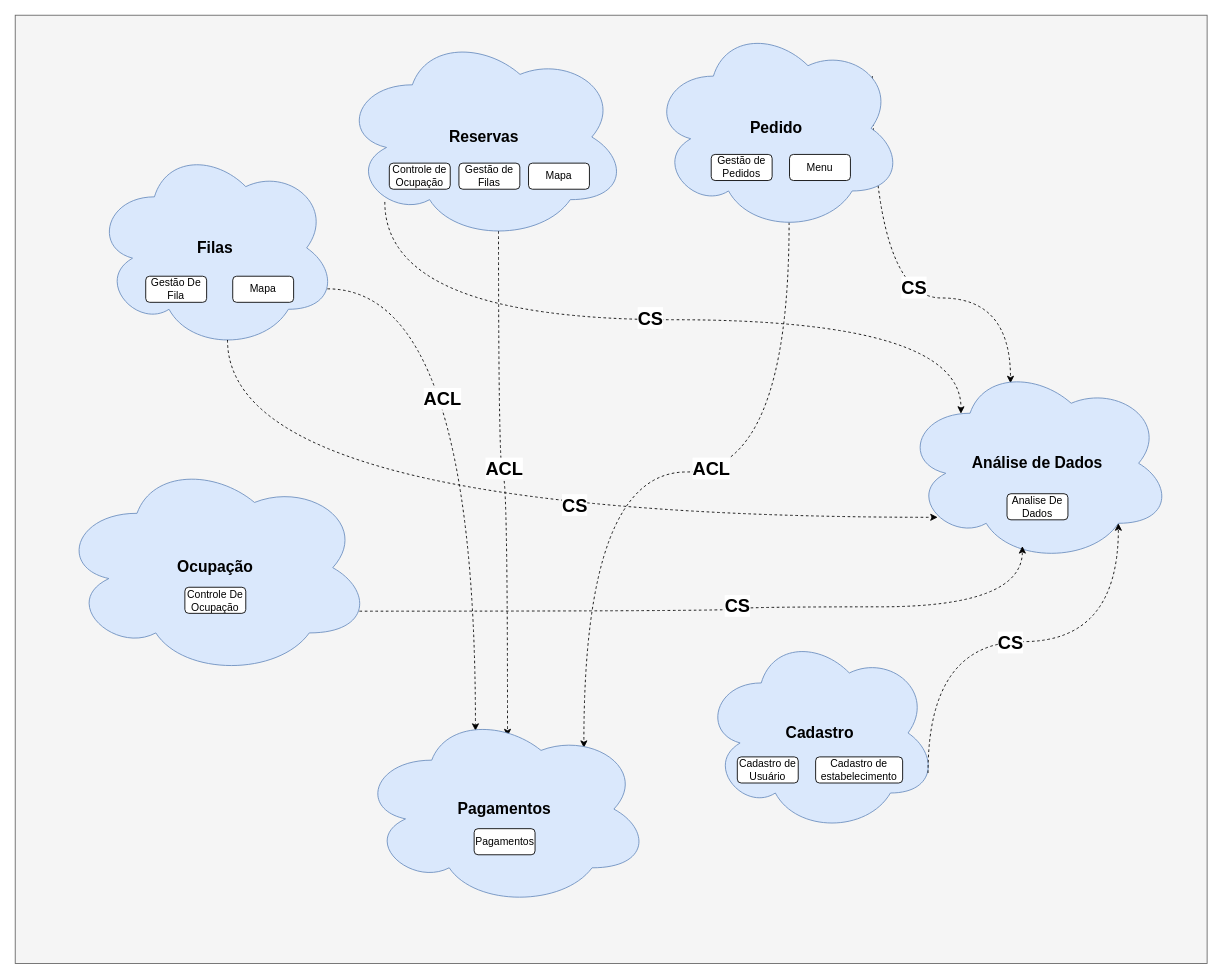
AmbiguousSparks/DDD-2 keeps this draw.io diagram as DDD2.drawio. Above is the earlier version. Source tidied: cells renumbered, new cells numbered last; positions are measured from the earlier drawing's top-left corner, leaving out a move shared by most shapes. Both pictures are drawn from the tidied source at 87%, with x=0, y=0 at pixel (15, 15).
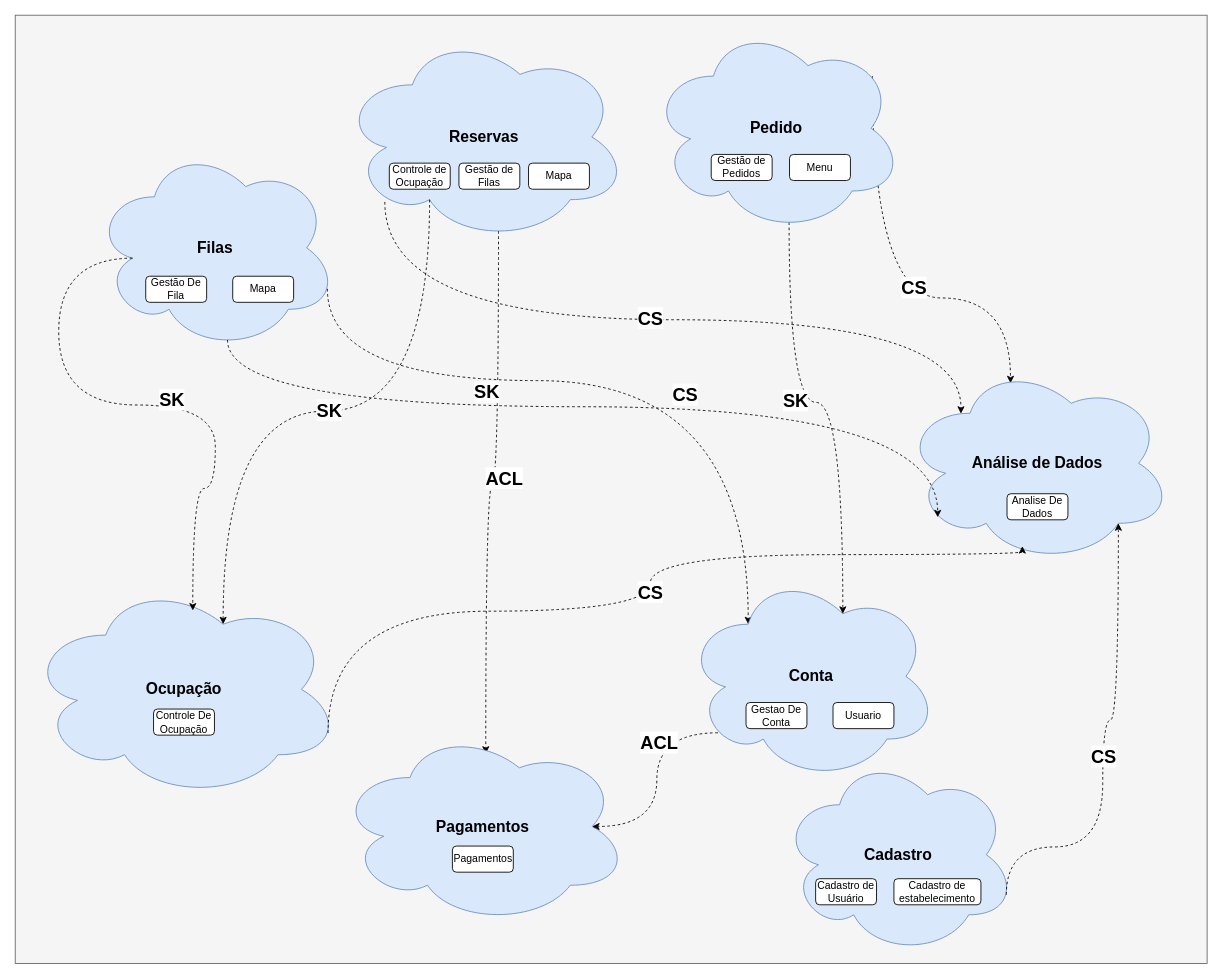
The same diagram, later.

Commit message (it also covers changes not shown here):
Mapping update view

Unchanged cells that the change refers to:
```xml
<mxCell id="6" value="&lt;b&gt;&lt;font style=&quot;font-size: 18px;&quot;&gt;Filas&lt;/font&gt;&lt;/b&gt;" style="ellipse;shape=cloud;whiteSpace=wrap;html=1;fillColor=#dae8fc;strokeColor=#6c8ebf;" parent="5" vertex="1">
  <mxGeometry width="280" height="235" as="geometry" />
</mxCell>
<mxCell id="16" value="&lt;font style=&quot;font-size: 18px;&quot;&gt;&lt;b&gt;Reservas&lt;/b&gt;&lt;/font&gt;" style="ellipse;shape=cloud;whiteSpace=wrap;html=1;fillColor=#dae8fc;strokeColor=#6c8ebf;" parent="15" vertex="1">
  <mxGeometry width="330" height="240" as="geometry" />
</mxCell>
<mxCell id="21" value="&lt;font style=&quot;font-size: 18px;&quot;&gt;&lt;b&gt;Ocupação&lt;/b&gt;&lt;/font&gt;" style="ellipse;shape=cloud;whiteSpace=wrap;html=1;fillColor=#dae8fc;strokeColor=#6c8ebf;" parent="20" vertex="1">
  <mxGeometry width="360" height="250" as="geometry" />
</mxCell>
<mxCell id="24" value="&lt;font style=&quot;font-size: 18px;&quot;&gt;&lt;b&gt;Pagamentos&lt;/b&gt;&lt;/font&gt;" style="ellipse;shape=cloud;whiteSpace=wrap;html=1;fillColor=#dae8fc;strokeColor=#6c8ebf;" parent="23" vertex="1">
  <mxGeometry width="335" height="225" as="geometry" />
</mxCell>
<mxCell id="27" value="&lt;b&gt;&lt;font style=&quot;font-size: 18px;&quot;&gt;Pedido&lt;/font&gt;&lt;/b&gt;" style="ellipse;shape=cloud;whiteSpace=wrap;html=1;fillColor=#dae8fc;strokeColor=#6c8ebf;" parent="26" vertex="1">
  <mxGeometry width="290" height="240" as="geometry" />
</mxCell>
<mxCell id="31" value="&lt;font style=&quot;font-size: 18px;&quot;&gt;&lt;b&gt;Cadastro&lt;/b&gt;&lt;/font&gt;" style="ellipse;shape=cloud;whiteSpace=wrap;html=1;fillColor=#dae8fc;strokeColor=#6c8ebf;" parent="30" vertex="1">
  <mxGeometry width="270" height="230" as="geometry" />
</mxCell>
<mxCell id="35" value="&lt;b&gt;&lt;font style=&quot;font-size: 18px;&quot;&gt;Análise de Dados&lt;/font&gt;&lt;/b&gt;" style="ellipse;shape=cloud;whiteSpace=wrap;html=1;fillColor=#dae8fc;strokeColor=#6c8ebf;" parent="34" vertex="1">
  <mxGeometry width="310" height="230" as="geometry" />
</mxCell>
```

The edit, as a diff of the source:
```diff
@@
-    <mxCell id="9" style="edgeStyle=orthogonalEdgeStyle;rounded=0;jettySize=auto;html=1;exitX=0.96;exitY=0.7;exitDx=0;exitDy=0;exitPerimeter=0;entryX=0.4;entryY=0.1;entryDx=0;entryDy=0;entryPerimeter=0;curved=1;dashed=1;" parent="1" edge="1" source="6" target="24">
-      <mxGeometry relative="1" as="geometry" />
+    <mxCell id="9" style="edgeStyle=orthogonalEdgeStyle;rounded=0;jettySize=auto;html=1;exitX=0.96;exitY=0.7;exitDx=0;exitDy=0;exitPerimeter=0;curved=1;dashed=1;entryX=0.25;entryY=0.25;entryDx=0;entryDy=0;entryPerimeter=0;" parent="1" edge="1" source="6" target="50">
+      <mxGeometry relative="1" as="geometry">
+        <Array as="points">
+          <mxPoint x="359" y="420" />
+          <mxPoint x="842" y="420" />
+        </Array>
+      </mxGeometry>
     </mxCell>
-    <mxCell id="10" value="ACL" style="edgeLabel;html=1;align=center;verticalAlign=middle;fontStyle=1;fontSize=21;" parent="9" vertex="1">
+    <mxCell id="10" value="SK" style="edgeLabel;html=1;align=center;verticalAlign=middle;fontStyle=1;fontSize=21;" parent="9" vertex="1">
       <mxGeometry x="-0.21" y="16" relative="1" as="geometry">
         <mxPoint x="-55" y="28" as="offset" />
       </mxGeometry>
     </mxCell>
-    <mxCell id="11" style="edgeStyle=orthogonalEdgeStyle;rounded=0;jettySize=auto;html=1;exitX=0.55;exitY=0.95;exitDx=0;exitDy=0;exitPerimeter=0;entryX=0.772;entryY=0.187;entryDx=0;entryDy=0;entryPerimeter=0;curved=1;dashed=1;" parent="1" edge="1" source="27" target="24">
+    <mxCell id="11" style="edgeStyle=orthogonalEdgeStyle;rounded=0;jettySize=auto;html=1;exitX=0.55;exitY=0.95;exitDx=0;exitDy=0;exitPerimeter=0;curved=1;dashed=1;entryX=0.625;entryY=0.2;entryDx=0;entryDy=0;entryPerimeter=0;" parent="1" edge="1" source="27" target="50">
       <mxGeometry relative="1" as="geometry" />
     </mxCell>
-    <mxCell id="12" value="ACL" style="edgeLabel;html=1;align=center;verticalAlign=middle;fontStyle=1;fontSize=21;" parent="11" vertex="1">
+    <mxCell id="12" value="SK" style="edgeLabel;html=1;align=center;verticalAlign=middle;fontStyle=1;fontSize=21;" parent="11" vertex="1">
       <mxGeometry x="-0.17" y="-1" relative="1" as="geometry">
-        <mxPoint x="-28" y="-4" as="offset" />
+        <mxPoint x="2" y="-4" as="offset" />
       </mxGeometry>
     </mxCell>
@@
     <mxCell id="20" style="group;" parent="1" vertex="1">
-      <mxGeometry x="50" y="510" width="360" height="250" as="geometry" />
+      <mxGeometry x="14" y="650" width="360" height="250" as="geometry" />
     </mxCell>
@@
     <mxCell id="23" style="group;" parent="1" vertex="1">
-      <mxGeometry x="395" y="800" width="335" height="225" as="geometry" />
+      <mxGeometry x="370" y="820" width="335" height="225" as="geometry" />
     </mxCell>
@@
     <mxCell id="30" style="group;" parent="1" vertex="1">
-      <mxGeometry x="790" y="710" width="270" height="230" as="geometry" />
+      <mxGeometry x="880" y="850" width="270" height="230" as="geometry" />
     </mxCell>
@@
     <mxCell id="39" style="edgeStyle=orthogonalEdgeStyle;rounded=0;jettySize=auto;html=1;exitX=0.55;exitY=0.95;exitDx=0;exitDy=0;exitPerimeter=0;entryX=0.13;entryY=0.77;entryDx=0;entryDy=0;entryPerimeter=0;curved=1;dashed=1;" parent="1" edge="1" source="6" target="35">
       <mxGeometry relative="1" as="geometry">
         <Array as="points">
-          <mxPoint x="244" y="577" />
+          <mxPoint x="244" y="450" />
+          <mxPoint x="1060" y="450" />
         </Array>
       </mxGeometry>
     </mxCell>
@@
     <mxCell id="41" style="edgeStyle=orthogonalEdgeStyle;rounded=0;jettySize=auto;html=1;exitX=0.96;exitY=0.7;exitDx=0;exitDy=0;exitPerimeter=0;entryX=0.444;entryY=0.914;entryDx=0;entryDy=0;entryPerimeter=0;dashed=1;curved=1;" parent="1" edge="1" source="21" target="35">
       <mxGeometry relative="1" as="geometry">
         <Array as="points">
-          <mxPoint x="830" y="685" />
-          <mxPoint x="830" y="680" />
-          <mxPoint x="1158" y="680" />
+          <mxPoint x="360" y="685" />
+          <mxPoint x="730" y="685" />
+          <mxPoint x="730" y="620" />
+          <mxPoint x="1158" y="620" />
         </Array>
       </mxGeometry>
     </mxCell>
@@
     <mxCell id="43" style="edgeStyle=orthogonalEdgeStyle;rounded=0;jettySize=auto;html=1;exitX=0.96;exitY=0.7;exitDx=0;exitDy=0;exitPerimeter=0;entryX=0.8;entryY=0.8;entryDx=0;entryDy=0;entryPerimeter=0;dashed=1;curved=1;" parent="1" edge="1" source="31" target="35">
       <mxGeometry relative="1" as="geometry">
         <Array as="points">
-          <mxPoint x="1049" y="720" />
-          <mxPoint x="1268" y="720" />
+          <mxPoint x="1250" y="956" />
+          <mxPoint x="1250" y="810" />
+          <mxPoint x="1268" y="810" />
         </Array>
       </mxGeometry>
     </mxCell>
@@
+    <mxCell id="45" style="edgeStyle=orthogonalEdgeStyle;rounded=0;jettySize=auto;html=1;exitX=0.31;exitY=0.8;exitDx=0;exitDy=0;exitPerimeter=0;entryX=0.625;entryY=0.2;entryDx=0;entryDy=0;entryPerimeter=0;curved=1;dashed=1;" parent="1" edge="1" source="16" target="21">
+      <mxGeometry relative="1" as="geometry" />
+    </mxCell>
+    <mxCell id="46" value="&lt;font style=&quot;font-size: 21px;&quot;&gt;SK&lt;/font&gt;" style="edgeLabel;html=1;align=center;verticalAlign=middle;fontStyle=1;" parent="45" vertex="1">
+      <mxGeometry x="-0.01" y="-2" relative="1" as="geometry" />
+    </mxCell>
+    <mxCell id="47" style="edgeStyle=orthogonalEdgeStyle;rounded=0;jettySize=auto;html=1;exitX=0.16;exitY=0.55;exitDx=0;exitDy=0;exitPerimeter=0;curved=1;dashed=1;entryX=0.528;entryY=0.137;entryDx=0;entryDy=0;entryPerimeter=0;" parent="1" edge="1" source="6" target="21">
+      <mxGeometry relative="1" as="geometry">
+        <Array as="points">
+          <mxPoint x="50" y="279" />
+          <mxPoint x="50" y="448" />
+          <mxPoint x="230" y="448" />
+          <mxPoint x="230" y="544" />
+        </Array>
+      </mxGeometry>
+    </mxCell>
+    <mxCell id="48" value="SK" style="edgeLabel;html=1;align=center;verticalAlign=middle;fontSize=21;fontStyle=1;" parent="47" vertex="1">
+      <mxGeometry x="0.1" y="7" relative="1" as="geometry" />
+    </mxCell>
+    <mxCell id="49" style="group;" parent="1" vertex="1">
+      <mxGeometry x="770" y="640" width="290" height="240" as="geometry" />
+    </mxCell>
+    <mxCell id="50" value="&lt;b&gt;&lt;font style=&quot;font-size: 18px;&quot;&gt;Conta&lt;/font&gt;&lt;/b&gt;" style="ellipse;shape=cloud;whiteSpace=wrap;html=1;fillColor=#dae8fc;strokeColor=#6c8ebf;" parent="49" vertex="1">
+      <mxGeometry width="290" height="240" as="geometry" />
+    </mxCell>
+    <mxCell id="51" value="Gestao De Conta" style="rounded=1;whiteSpace=wrap;html=1;" parent="49" vertex="1">
+      <mxGeometry x="70" y="150" width="70" height="30" as="geometry" />
+    </mxCell>
+    <mxCell id="52" value="Usuario" style="rounded=1;whiteSpace=wrap;html=1;" parent="49" vertex="1">
+      <mxGeometry x="170" y="150" width="70" height="30" as="geometry" />
+    </mxCell>
+    <mxCell id="53" style="edgeStyle=orthogonalEdgeStyle;rounded=0;jettySize=auto;html=1;exitX=0.13;exitY=0.77;exitDx=0;exitDy=0;exitPerimeter=0;curved=1;dashed=1;entryX=0.875;entryY=0.5;entryDx=0;entryDy=0;entryPerimeter=0;" parent="1" edge="1" source="50" target="24">
+      <mxGeometry relative="1" as="geometry" />
+    </mxCell>
+    <mxCell id="54" value="ACL" style="edgeLabel;html=1;align=center;verticalAlign=middle;fontSize=21;fontStyle=1;" parent="53" vertex="1">
+      <mxGeometry x="-0.36" y="2" relative="1" as="geometry" />
+    </mxCell>
```
